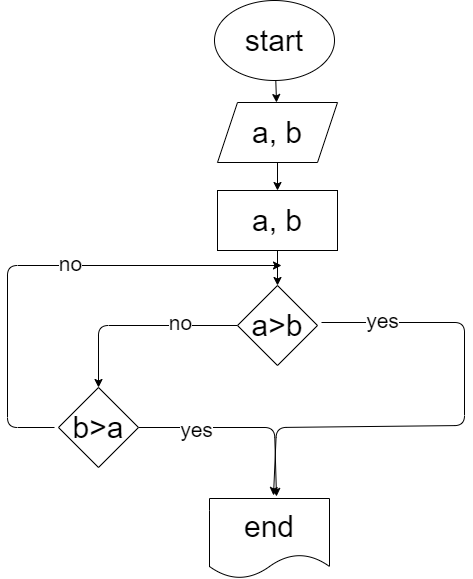
Before: Seminar/Seminar001/Ex001/diagram.drawio.png, a diagram exported from draw.io (irenemir2022/super-guide). Source tidied: cells renumbered, new cells last; positions are measured from the earlier drawing's top-left corner, leaving out a move shared by most shapes.
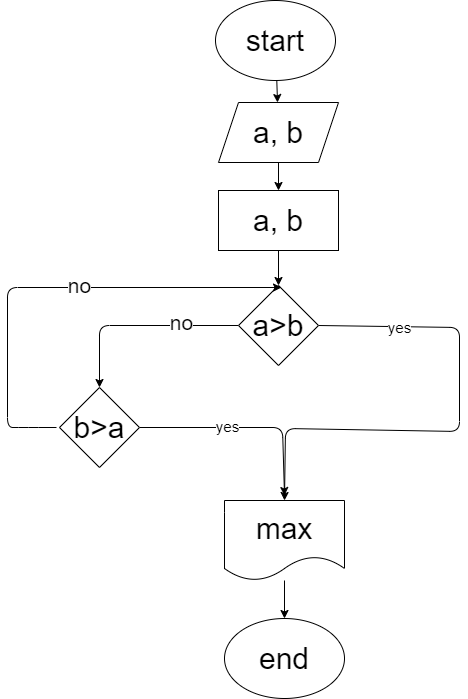
The same diagram one commit later.

Commit message:
изменили блок-схему

Change to the diagram source:
```diff
@@ -32,52 +32,57 @@
         <mxPoint x="-18" y="-2" as="offset" />
       </mxGeometry>
     </mxCell>
-    <mxCell id="10" style="edgeStyle=none;html=1;entryX=0.5;entryY=0;entryDx=0;entryDy=0;fontSize=15;exitX=1;exitY=0.5;exitDx=0;exitDy=0;" parent="1" edge="1">
-      <mxGeometry relative="1" as="geometry">
-        <mxPoint x="314" y="322" as="sourcePoint" />
-        <mxPoint x="266" y="495" as="targetPoint" />
-        <Array as="points">
-          <mxPoint x="457" y="322" />
-          <mxPoint x="457" y="425" />
-          <mxPoint x="269" y="427" />
-        </Array>
-      </mxGeometry>
-    </mxCell>
-    <mxCell id="11" value="yes" style="edgeLabel;html=1;align=center;verticalAlign=middle;fontSize=21;" parent="10" vertex="1">
-      <mxGeometry x="-0.76" y="3" relative="1" as="geometry" />
-    </mxCell>
+    <mxCell id="19" style="edgeStyle=none;html=1;fontSize=30;exitX=1;exitY=0.5;exitDx=0;exitDy=0;entryX=0.5;entryY=0;entryDx=0;entryDy=0;" parent="1" edge="1" source="12" target="18">
+      <mxGeometry relative="1" as="geometry">
+        <Array as="points">
+          <mxPoint x="451" y="327" />
+          <mxPoint x="451" y="431" />
+          <mxPoint x="277" y="428" />
+        </Array>
+      </mxGeometry>
+    </mxCell>
+    <mxCell id="20" value="yes" style="edgeLabel;html=1;align=center;verticalAlign=middle;fontSize=15;" parent="19" vertex="1">
+      <mxGeometry x="-0.67" relative="1" as="geometry" />
+    </mxCell>
     <mxCell id="12" value="a&amp;gt;b" style="rhombus;whiteSpace=wrap;html=1;fontSize=30;" parent="1" vertex="1">
       <mxGeometry x="230" y="285" width="80" height="80" as="geometry" />
     </mxCell>
-    <mxCell id="13" style="edgeStyle=none;html=1;fontSize=21;" parent="1" edge="1" source="17">
-      <mxGeometry relative="1" as="geometry">
-        <mxPoint x="269" y="496" as="targetPoint" />
-        <Array as="points">
-          <mxPoint x="267" y="427" />
-        </Array>
-      </mxGeometry>
-    </mxCell>
-    <mxCell id="14" value="yes" style="edgeLabel;html=1;align=center;verticalAlign=middle;fontSize=21;" parent="13" vertex="1">
-      <mxGeometry x="-0.44" y="-1" relative="1" as="geometry" />
-    </mxCell>
     <mxCell id="15" style="edgeStyle=none;html=1;fontSize=21;" parent="1" edge="1">
       <mxGeometry relative="1" as="geometry">
-        <mxPoint x="47" y="427" as="sourcePoint" />
-        <mxPoint x="274" y="265" as="targetPoint" />
+        <mxPoint x="48" y="427" as="sourcePoint" />
+        <mxPoint x="273" y="287" as="targetPoint" />
         <Array as="points">
-          <mxPoint y="427" />
-          <mxPoint y="265" />
+          <mxPoint x="20" y="427" />
+          <mxPoint x="-1" y="427" />
+          <mxPoint x="-1" y="287" />
         </Array>
       </mxGeometry>
     </mxCell>
     <mxCell id="16" value="no" style="edgeLabel;html=1;align=center;verticalAlign=middle;fontSize=21;" parent="15" vertex="1">
       <mxGeometry x="0.12" y="3" relative="1" as="geometry" />
     </mxCell>
+    <mxCell id="21" style="edgeStyle=none;html=1;fontSize=15;" parent="1" edge="1" source="17">
+      <mxGeometry relative="1" as="geometry">
+        <mxPoint x="276" y="495" as="targetPoint" />
+        <Array as="points">
+          <mxPoint x="274" y="427" />
+        </Array>
+      </mxGeometry>
+    </mxCell>
+    <mxCell id="22" value="yes" style="edgeLabel;html=1;align=center;verticalAlign=middle;fontSize=15;" parent="21" vertex="1">
+      <mxGeometry x="-0.18" y="2" relative="1" as="geometry" />
+    </mxCell>
     <mxCell id="17" value="b&amp;gt;a" style="rhombus;whiteSpace=wrap;html=1;fontSize=30;" parent="1" vertex="1">
       <mxGeometry x="51" y="387" width="80" height="80" as="geometry" />
     </mxCell>
+    <mxCell id="23" style="edgeStyle=none;html=1;fontSize=30;" parent="1" edge="1" source="18" target="24">
+      <mxGeometry relative="1" as="geometry" />
+    </mxCell>
-    <mxCell id="18" value="end" style="shape=document;whiteSpace=wrap;html=1;boundedLbl=1;fontSize=30;" parent="1" vertex="1">
-      <mxGeometry x="202" y="498" width="120" height="80" as="geometry" />
+    <mxCell id="18" value="max" style="shape=document;whiteSpace=wrap;html=1;boundedLbl=1;fontSize=30;" parent="1" vertex="1">
+      <mxGeometry x="216" y="500" width="120" height="80" as="geometry" />
     </mxCell>
+    <mxCell id="24" value="&lt;font style=&quot;font-size: 30px;&quot;&gt;end&lt;/font&gt;" style="ellipse;whiteSpace=wrap;html=1;" parent="1" vertex="1">
+      <mxGeometry x="216" y="618" width="120" height="80" as="geometry" />
+    </mxCell>
   </root>
 </mxGraphModel>
```
